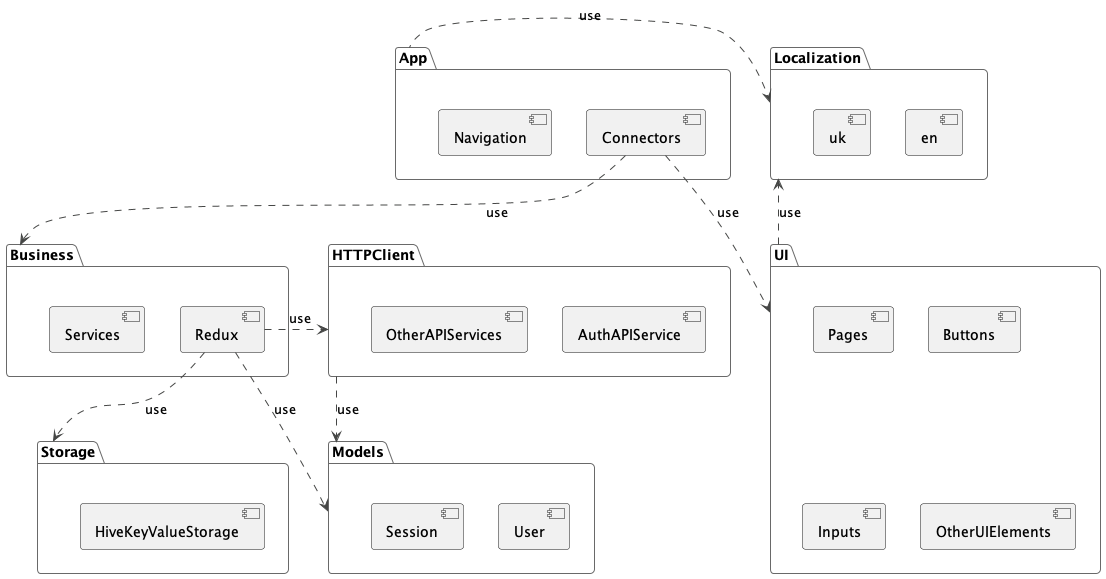
This is docs/out/modules/modules.png from pro100andrey/flutter_redux_templates, a PlantUML export, as it was before one commit.
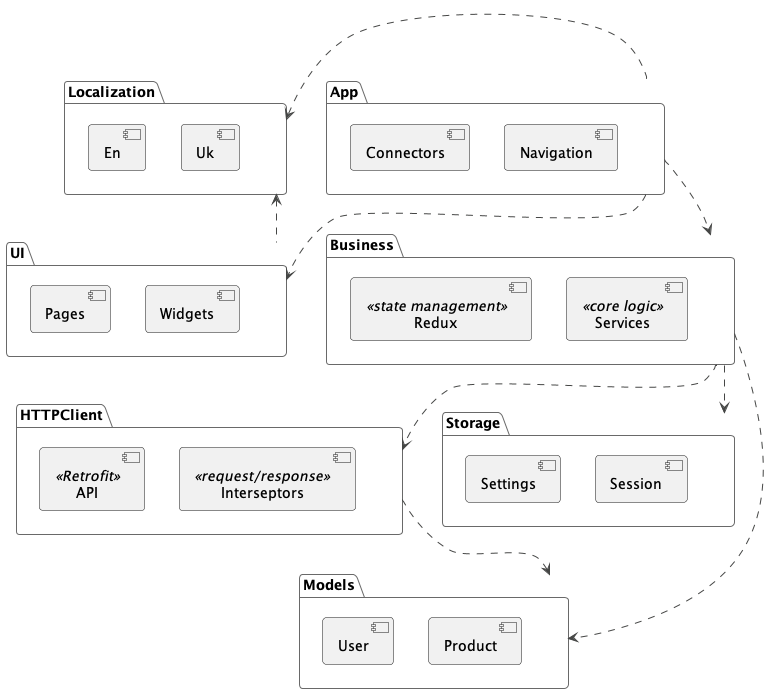
After the change.

Diff of the diagram source:
```diff
@@ -4,45 +4,45 @@
 package "App" {
     [Connectors]
     [Navigation]
-    Connectors ..> Business: use
-    Connectors ..> UI: use
-    App .left.> Localization: use
 }
 
 package "UI" {
-    UI ..> Localization: use
     [Pages]
-    [Buttons]
-    [Inputs]
-    [OtherUIElements]
+    [Widgets]
 }
 
 package "Localization" {
-    [en]
-    [uk]
+    [En]
+    [Uk]
 }
 
 package "HTTPClient" {
-    [AuthAPIService]
-    [OtherAPIServices]
-    HTTPClient ..> Models: use
+    [API] <<Retrofit>>
+    [Interseptors] <<request/response>>
 }
 
 package "Storage" {
-    [HiveKeyValueStorage]
+    [Settings]
+    [Session]
 }
 
 package "Models" {
     [User]
-    [Session]
+    [Product]
 }
 
 package "Business" {
-    [Redux]
-    [Services]
-    Redux ..> Storage: use
-    Redux .right.> HTTPClient: use
-    Redux .right.> Models: use
+    [Redux] <<state management>>
+    [Services] <<core logic>>
 }
 
+App .down.> UI
+App .down.> Business
+App .left.> Localization
+UI .left.> Localization
+HTTPClient ..> Models
+Business ..> HTTPClient
+Business ..> Storage
+Business ..> Models
+
 @enduml
```
